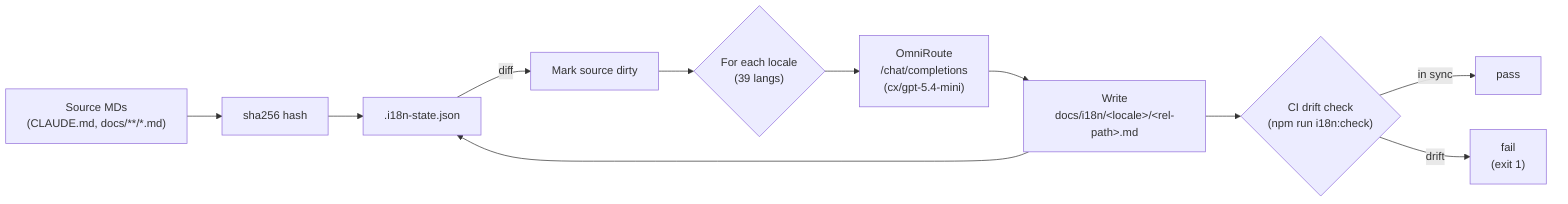
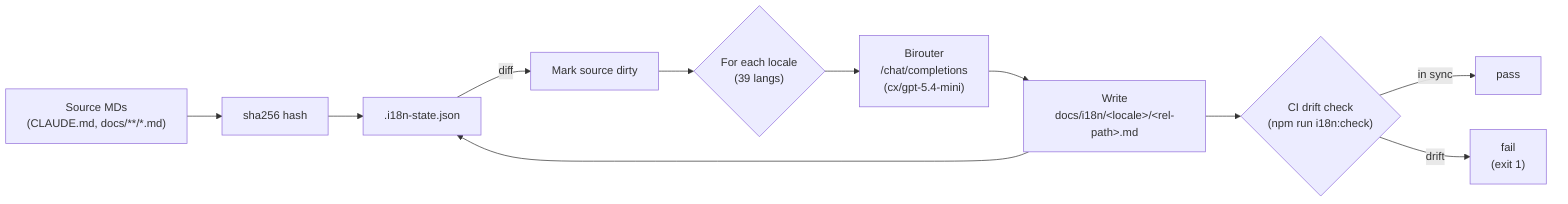
%% Incremental hash-based i18n pipeline
%% Reflects: scripts/i18n/* and docs/i18n/<locale>/*.md mirror layout
%% v3.8.0
flowchart LR
  Src["Source MDs<br/>(CLAUDE.md, docs/**/*.md)"] --> Hash["sha256 hash"]
  Hash --> State[".i18n-state.json"]
  State -->|diff| Dirty["Mark source dirty"]
  Dirty --> Loop{"For each locale<br/>(39 langs)"}
-   Loop --> LLM["OmniRoute<br/>/chat/completions<br/>(cx/gpt-5.4-mini)"]
+   Loop --> LLM["Birouter<br/>/chat/completions<br/>(cx/gpt-5.4-mini)"]
  LLM --> Target["Write<br/>docs/i18n/&lt;locale&gt;/&lt;rel-path&gt;.md"]
  Target --> State
  Target --> CI{"CI drift check<br/>(npm run i18n:check)"}
  CI -->|in sync| Pass["pass"]
  CI -->|drift| Fail["fail<br/>(exit 1)"]
